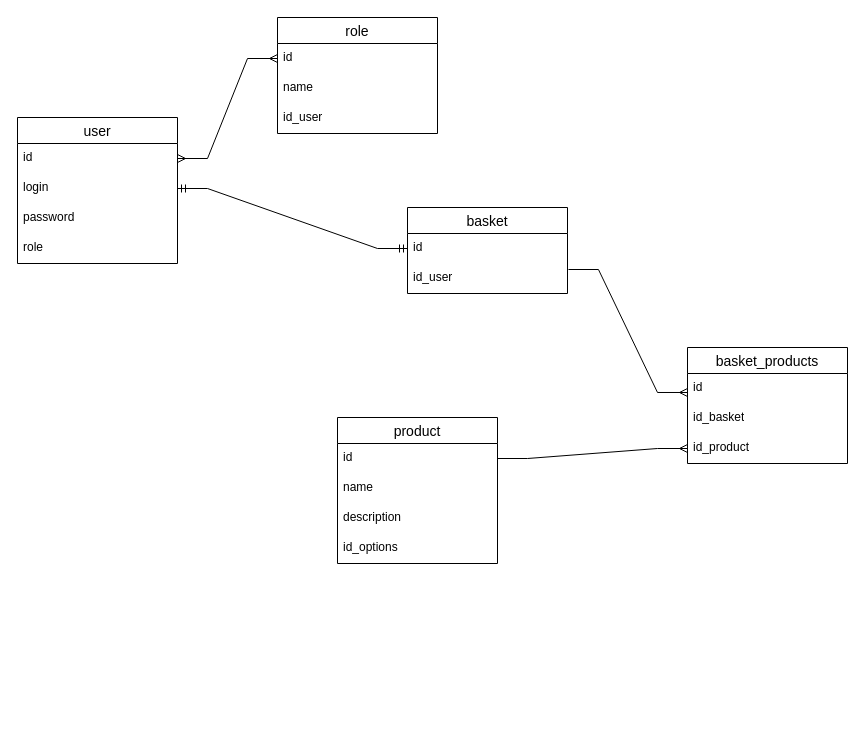
Before: jwt_first.drawio in OlegGrn/draw_io, a draw.io diagram. Source tidied: cells renumbered, new cells numbered last; positions are measured from the earlier drawing's top-left corner, leaving out a move shared by most shapes. Both pictures are drawn from the tidied source at 100%, with x=0, y=0 at pixel (17, 17).
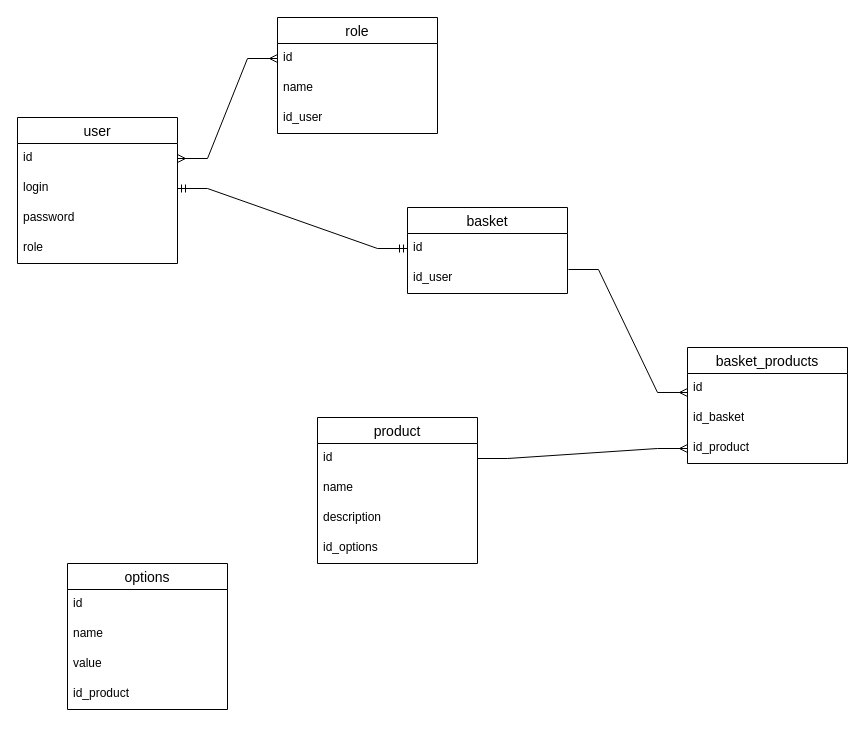
Above is the later version.

Change to the diagram source:
```diff
@@
     <mxCell id="20" value="product" style="swimlane;fontStyle=0;horizontal=1;startSize=26;align=center;fontSize=14;" parent="1" vertex="1">
-      <mxGeometry x="320" y="400" width="160" height="146" as="geometry" />
+      <mxGeometry x="300" y="400" width="160" height="146" as="geometry" />
     </mxCell>
@@
+    <mxCell id="27" value="options" style="swimlane;fontStyle=0;horizontal=1;startSize=26;align=center;fontSize=14;" parent="1" vertex="1">
+      <mxGeometry x="50" y="546" width="160" height="146" as="geometry" />
+    </mxCell>
+    <mxCell id="28" value="id" style="text;strokeColor=none;fillColor=none;spacingLeft=4;spacingRight=4;overflow=hidden;fontSize=12;whiteSpace=wrap;html=1;" parent="27" vertex="1">
+      <mxGeometry y="26" width="160" height="30" as="geometry" />
+    </mxCell>
+    <mxCell id="29" value="name" style="text;strokeColor=none;fillColor=none;spacingLeft=4;spacingRight=4;overflow=hidden;fontSize=12;whiteSpace=wrap;html=1;" parent="27" vertex="1">
+      <mxGeometry y="56" width="160" height="30" as="geometry" />
+    </mxCell>
+    <mxCell id="30" value="value" style="text;strokeColor=none;fillColor=none;spacingLeft=4;spacingRight=4;overflow=hidden;fontSize=12;whiteSpace=wrap;html=1;" parent="27" vertex="1">
+      <mxGeometry y="86" width="160" height="30" as="geometry" />
+    </mxCell>
+    <mxCell id="31" value="id_product" style="text;strokeColor=none;fillColor=none;spacingLeft=4;spacingRight=4;overflow=hidden;fontSize=12;whiteSpace=wrap;html=1;" parent="27" vertex="1">
+      <mxGeometry y="116" width="160" height="30" as="geometry" />
+    </mxCell>
```
